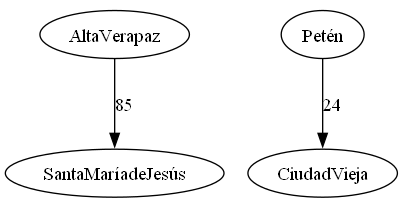
Marco131-xel/TravelMap_GT keeps this Graphviz diagram as TravelMap/grafo.png. Above is the earlier version. Its source is kept beside it as TravelMap/grafo.dot.
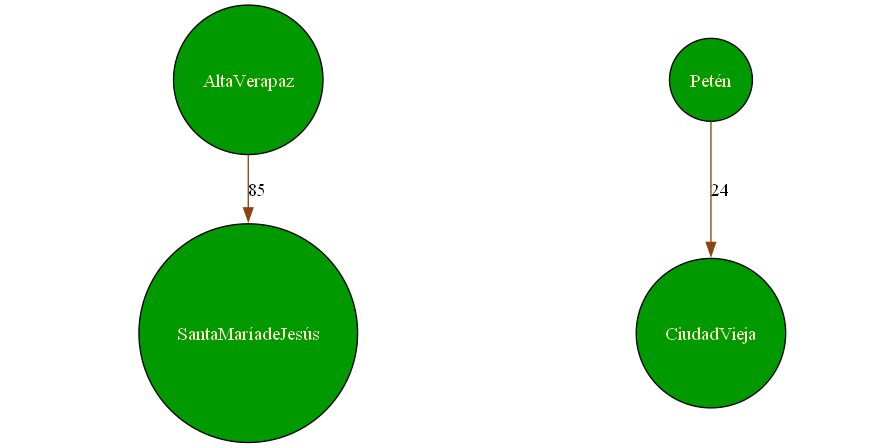
The same file after the commit.

The edit, as a diff of the source:
```diff
@@ -1,5 +1,7 @@
 digraph G {
-graph [ratio=0.5];
+	graph [ratio=0.5];
+	node [shape=circle, style=filled, fillcolor="#009900", fontcolor="#FFFFCC", fixedsize=false];
+	edge [color="#8B4513"];
   "AltaVerapaz" -> "SantaMaríadeJesús" [label="85"];
   "Petén" -> "CiudadVieja" [label="24"];
 }
```
